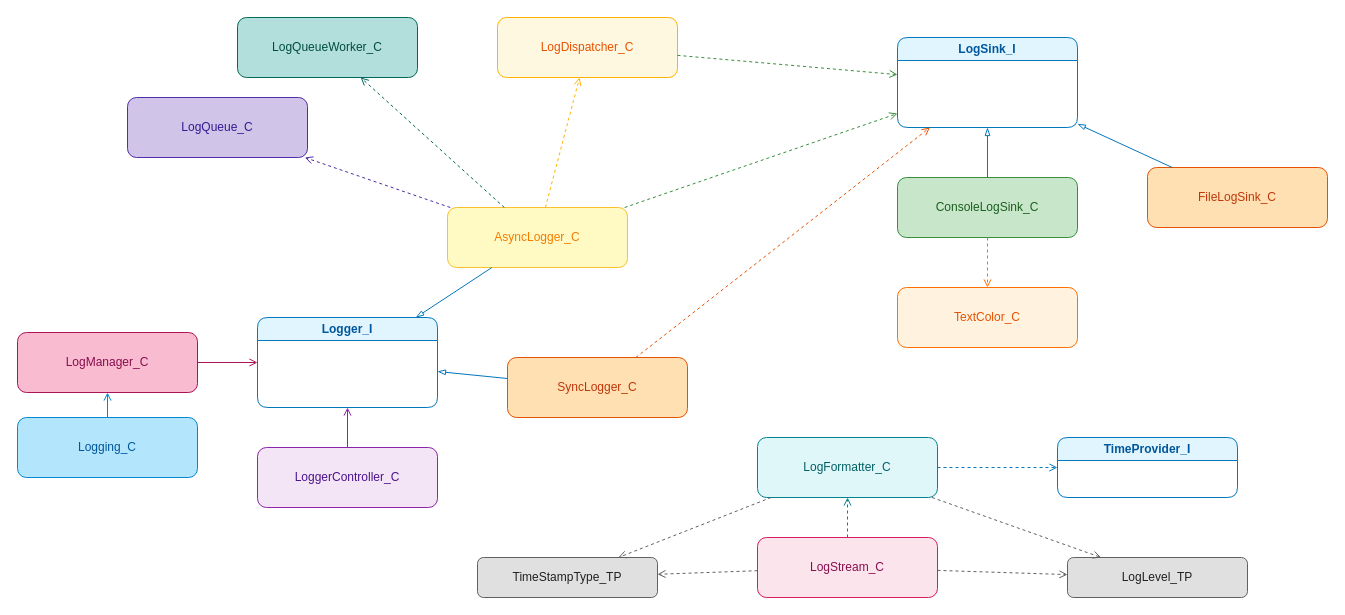
Earlier version of the draw.io diagram docs/vertexnova/logging/diagrams/logging.drawio (vertexnova/vnelogging). Source tidied: cells renumbered, new cells numbered last; positions are measured from the earlier drawing's top-left corner, leaving out a move shared by most shapes. Both pictures are drawn from the tidied source at 100%, with x=0, y=0 at pixel (17, 17).
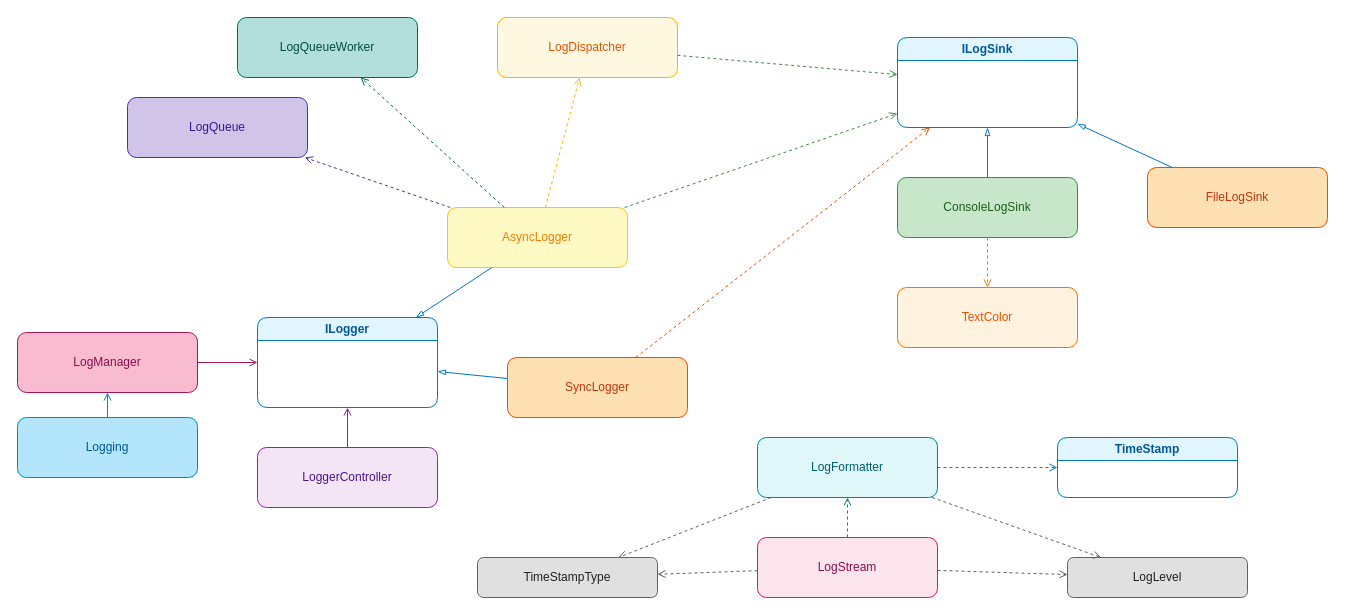
The same diagram, later.

Change to the diagram source:
```diff
@@
-    <mxCell id="2" value="Logger_I" style="swimlane;html=1;rounded=1;whiteSpace=wrap;fillColor=#e1f5fe;strokeColor=#0277bd;fontColor=#01579b;" parent="1" vertex="1">
+    <mxCell id="2" value="ILogger" style="swimlane;html=1;rounded=1;whiteSpace=wrap;fillColor=#e1f5fe;strokeColor=#0277bd;fontColor=#01579b;" parent="1" vertex="1">
       <mxGeometry x="240" y="300" width="180" height="90" as="geometry" />
     </mxCell>
-    <mxCell id="3" value="AsyncLogger_C" style="rounded=1;whiteSpace=wrap;html=1;fillColor=#fff9c4;strokeColor=#fbc02d;fontColor=#f57c00;" parent="1" vertex="1">
+    <mxCell id="3" value="AsyncLogger" style="rounded=1;whiteSpace=wrap;html=1;fillColor=#fff9c4;strokeColor=#fbc02d;fontColor=#f57c00;" parent="1" vertex="1">
       <mxGeometry x="430" y="190" width="180" height="60" as="geometry" />
     </mxCell>
-    <mxCell id="4" value="SyncLogger_C" style="rounded=1;whiteSpace=wrap;html=1;fillColor=#ffe0b2;strokeColor=#e65100;fontColor=#bf360c;" parent="1" vertex="1">
+    <mxCell id="4" value="SyncLogger" style="rounded=1;whiteSpace=wrap;html=1;fillColor=#ffe0b2;strokeColor=#e65100;fontColor=#bf360c;" parent="1" vertex="1">
       <mxGeometry x="490" y="340" width="180" height="60" as="geometry" />
     </mxCell>
-    <mxCell id="5" value="LogSink_I" style="swimlane;html=1;rounded=1;whiteSpace=wrap;fillColor=#e1f5fe;strokeColor=#0277bd;fontColor=#01579b;" parent="1" vertex="1">
+    <mxCell id="5" value="ILogSink" style="swimlane;html=1;rounded=1;whiteSpace=wrap;fillColor=#e1f5fe;strokeColor=#0277bd;fontColor=#01579b;" parent="1" vertex="1">
       <mxGeometry x="880" y="20" width="180" height="90" as="geometry" />
     </mxCell>
-    <mxCell id="6" value="ConsoleLogSink_C" style="rounded=1;whiteSpace=wrap;html=1;fillColor=#c8e6c9;strokeColor=#388e3c;fontColor=#1b5e20;" parent="1" vertex="1">
+    <mxCell id="6" value="ConsoleLogSink" style="rounded=1;whiteSpace=wrap;html=1;fillColor=#c8e6c9;strokeColor=#388e3c;fontColor=#1b5e20;" parent="1" vertex="1">
       <mxGeometry x="880" y="160" width="180" height="60" as="geometry" />
     </mxCell>
-    <mxCell id="7" value="FileLogSink_C" style="rounded=1;whiteSpace=wrap;html=1;fillColor=#ffe0b2;strokeColor=#e65100;fontColor=#bf360c;" parent="1" vertex="1">
+    <mxCell id="7" value="FileLogSink" style="rounded=1;whiteSpace=wrap;html=1;fillColor=#ffe0b2;strokeColor=#e65100;fontColor=#bf360c;" parent="1" vertex="1">
       <mxGeometry x="1130" y="150" width="180" height="60" as="geometry" />
     </mxCell>
-    <mxCell id="8" value="LogManager_C" style="rounded=1;whiteSpace=wrap;html=1;fillColor=#f8bbd0;strokeColor=#ad1457;fontColor=#880e4f;" parent="1" vertex="1">
+    <mxCell id="8" value="LogManager" style="rounded=1;whiteSpace=wrap;html=1;fillColor=#f8bbd0;strokeColor=#ad1457;fontColor=#880e4f;" parent="1" vertex="1">
       <mxGeometry y="315" width="180" height="60" as="geometry" />
     </mxCell>
-    <mxCell id="9" value="LoggerController_C" style="rounded=1;whiteSpace=wrap;html=1;fillColor=#f3e5f5;strokeColor=#8e24aa;fontColor=#4a148c;" parent="1" vertex="1">
+    <mxCell id="9" value="LoggerController" style="rounded=1;whiteSpace=wrap;html=1;fillColor=#f3e5f5;strokeColor=#8e24aa;fontColor=#4a148c;" parent="1" vertex="1">
       <mxGeometry x="240" y="430" width="180" height="60" as="geometry" />
     </mxCell>
-    <mxCell id="10" value="Logging_C" style="rounded=1;whiteSpace=wrap;html=1;fillColor=#b3e5fc;strokeColor=#0288d1;fontColor=#01579b;" parent="1" vertex="1">
+    <mxCell id="10" value="Logging" style="rounded=1;whiteSpace=wrap;html=1;fillColor=#b3e5fc;strokeColor=#0288d1;fontColor=#01579b;" parent="1" vertex="1">
       <mxGeometry y="400" width="180" height="60" as="geometry" />
     </mxCell>
-    <mxCell id="11" value="LogQueue_C" style="rounded=1;whiteSpace=wrap;html=1;fillColor=#d1c4e9;strokeColor=#512da8;fontColor=#311b92;" parent="1" vertex="1">
+    <mxCell id="11" value="LogQueue" style="rounded=1;whiteSpace=wrap;html=1;fillColor=#d1c4e9;strokeColor=#512da8;fontColor=#311b92;" parent="1" vertex="1">
       <mxGeometry x="110" y="80" width="180" height="60" as="geometry" />
     </mxCell>
-    <mxCell id="12" value="LogQueueWorker_C" style="rounded=1;whiteSpace=wrap;html=1;fillColor=#b2dfdb;strokeColor=#00695c;fontColor=#004d40;" parent="1" vertex="1">
+    <mxCell id="12" value="LogQueueWorker" style="rounded=1;whiteSpace=wrap;html=1;fillColor=#b2dfdb;strokeColor=#00695c;fontColor=#004d40;" parent="1" vertex="1">
       <mxGeometry x="220" width="180" height="60" as="geometry" />
     </mxCell>
-    <mxCell id="13" value="LogDispatcher_C" style="rounded=1;whiteSpace=wrap;html=1;fillColor=#fff8e1;strokeColor=#ffb300;fontColor=#e65100;" parent="1" vertex="1">
+    <mxCell id="13" value="LogDispatcher" style="rounded=1;whiteSpace=wrap;html=1;fillColor=#fff8e1;strokeColor=#ffb300;fontColor=#e65100;" parent="1" vertex="1">
       <mxGeometry x="480" width="180" height="60" as="geometry" />
     </mxCell>
-    <mxCell id="14" value="LogFormatter_C" style="rounded=1;whiteSpace=wrap;html=1;fillColor=#e0f7fa;strokeColor=#00838f;fontColor=#006064;" parent="1" vertex="1">
+    <mxCell id="14" value="LogFormatter" style="rounded=1;whiteSpace=wrap;html=1;fillColor=#e0f7fa;strokeColor=#00838f;fontColor=#006064;" parent="1" vertex="1">
       <mxGeometry x="740" y="420" width="180" height="60" as="geometry" />
     </mxCell>
-    <mxCell id="15" value="LogStream_C" style="rounded=1;whiteSpace=wrap;html=1;fillColor=#fce4ec;strokeColor=#d81b60;fontColor=#880e4f;" parent="1" vertex="1">
+    <mxCell id="15" value="LogStream" style="rounded=1;whiteSpace=wrap;html=1;fillColor=#fce4ec;strokeColor=#d81b60;fontColor=#880e4f;" parent="1" vertex="1">
       <mxGeometry x="740" y="520" width="180" height="60" as="geometry" />
     </mxCell>
-    <mxCell id="16" value="TimeProvider_I" style="swimlane;html=1;rounded=1;whiteSpace=wrap;fillColor=#e1f5fe;strokeColor=#0277bd;fontColor=#01579b;" parent="1" vertex="1">
+    <mxCell id="16" value="TimeStamp" style="swimlane;html=1;rounded=1;whiteSpace=wrap;fillColor=#e1f5fe;strokeColor=#0277bd;fontColor=#01579b;" parent="1" vertex="1">
       <mxGeometry x="1040" y="420" width="180" height="60" as="geometry" />
     </mxCell>
-    <mxCell id="17" value="TextColor_C" style="rounded=1;whiteSpace=wrap;html=1;fillColor=#fff3e0;strokeColor=#ff6f00;fontColor=#e65100;" parent="1" vertex="1">
+    <mxCell id="17" value="TextColor" style="rounded=1;whiteSpace=wrap;html=1;fillColor=#fff3e0;strokeColor=#ff6f00;fontColor=#e65100;" parent="1" vertex="1">
       <mxGeometry x="880" y="270" width="180" height="60" as="geometry" />
     </mxCell>
-    <mxCell id="18" value="LogLevel_TP" style="rounded=1;whiteSpace=wrap;html=1;fillColor=#e0e0e0;strokeColor=#616161;fontColor=#212121;" parent="1" vertex="1">
+    <mxCell id="18" value="LogLevel" style="rounded=1;whiteSpace=wrap;html=1;fillColor=#e0e0e0;strokeColor=#616161;fontColor=#212121;" parent="1" vertex="1">
       <mxGeometry x="1050" y="540" width="180" height="40" as="geometry" />
     </mxCell>
-    <mxCell id="19" value="TimeStampType_TP" style="rounded=1;whiteSpace=wrap;html=1;fillColor=#e0e0e0;strokeColor=#616161;fontColor=#212121;" parent="1" vertex="1">
+    <mxCell id="19" value="TimeStampType" style="rounded=1;whiteSpace=wrap;html=1;fillColor=#e0e0e0;strokeColor=#616161;fontColor=#212121;" parent="1" vertex="1">
       <mxGeometry x="460" y="540" width="180" height="40" as="geometry" />
     </mxCell>
```
